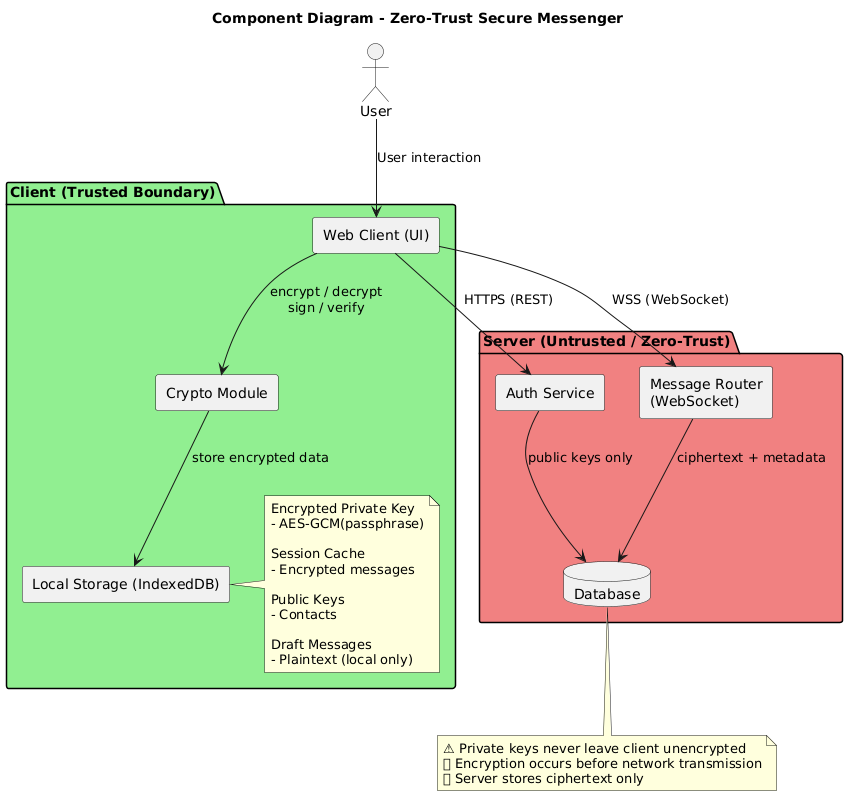
Above: diagram/component diagram.png in Radhouen911/VoidLink (PlantUML), before the change. Source of this version:
```plantuml
@startuml
title Component Diagram - Zero-Trust Secure Messenger

skinparam componentStyle rectangle

actor User

package "Client (Trusted Boundary)" #LightGreen {
  component "Web Client (UI)" as UI
  component "Crypto Module" as Crypto
  component "Local Storage (IndexedDB)" as LS

  note right of LS
    Encrypted Private Key
    - AES-GCM(passphrase)

    Session Cache
    - Encrypted messages

    Public Keys
    - Contacts

    Draft Messages
    - Plaintext (local only)
  end note
}

package "Server (Untrusted / Zero-Trust)" #LightCoral {
  component "Auth Service" as Auth
  component "Message Router\n(WebSocket)" as Router
  database "Database" as DB
}

User --> UI : User interaction
UI --> Crypto : encrypt / decrypt\nsign / verify
Crypto --> LS : store encrypted data

UI --> Auth : HTTPS (REST)
UI --> Router : WSS (WebSocket)

Auth --> DB : public keys only
Router --> DB : ciphertext + metadata

note bottom
⚠️ Private keys never leave client unencrypted
🔒 Encryption occurs before network transmission
📊 Server stores ciphertext only
end note
@enduml
```
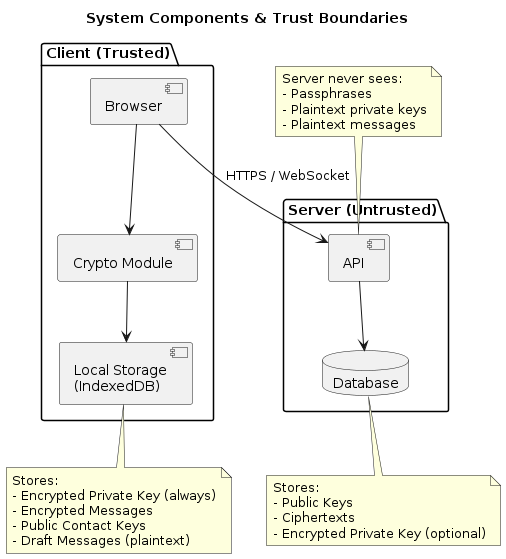
Later version of the same file.

Commit message:
Added the mechanism of storing encrypted Private Key to the cloud app (major benefit is to be able to login anywhere )

Diff of the diagram source:
```diff
@@ -1,49 +1,42 @@
 @startuml
-title Component Diagram - Zero-Trust Secure Messenger
+title System Components & Trust Boundaries
 
-skinparam componentStyle rectangle
+package "Client (Trusted)" {
+  component Browser
+  component "Crypto Module"
+  component "Local Storage\n(IndexedDB)"
 
-actor User
-
-package "Client (Trusted Boundary)" #LightGreen {
-  component "Web Client (UI)" as UI
-  component "Crypto Module" as Crypto
-  component "Local Storage (IndexedDB)" as LS
-
-  note right of LS
-    Encrypted Private Key
-    - AES-GCM(passphrase)
-
-    Session Cache
-    - Encrypted messages
-
-    Public Keys
-    - Contacts
-
-    Draft Messages
-    - Plaintext (local only)
-  end note
+  Browser --> "Crypto Module"
+  "Crypto Module" --> "Local Storage\n(IndexedDB)"
 }
 
-package "Server (Untrusted / Zero-Trust)" #LightCoral {
-  component "Auth Service" as Auth
-  component "Message Router\n(WebSocket)" as Router
-  database "Database" as DB
+package "Server (Untrusted)" {
+  component API
+  database Database
 }
 
-User --> UI : User interaction
-UI --> Crypto : encrypt / decrypt\nsign / verify
-Crypto --> LS : store encrypted data
+Browser --> API : HTTPS / WebSocket
+API --> Database
 
-UI --> Auth : HTTPS (REST)
-UI --> Router : WSS (WebSocket)
+note bottom of "Local Storage\n(IndexedDB)"
+Stores:
+- Encrypted Private Key (always)
+- Encrypted Messages
+- Public Contact Keys
+- Draft Messages (plaintext)
+end note
 
-Auth --> DB : public keys only
-Router --> DB : ciphertext + metadata
+note bottom of Database
+Stores:
+- Public Keys
+- Ciphertexts
+- Encrypted Private Key (optional)
+end note
 
-note bottom
-⚠️ Private keys never leave client unencrypted
-🔒 Encryption occurs before network transmission
-📊 Server stores ciphertext only
+note top of API
+Server never sees:
+- Passphrases
+- Plaintext private keys
+- Plaintext messages
 end note
 @enduml
```
